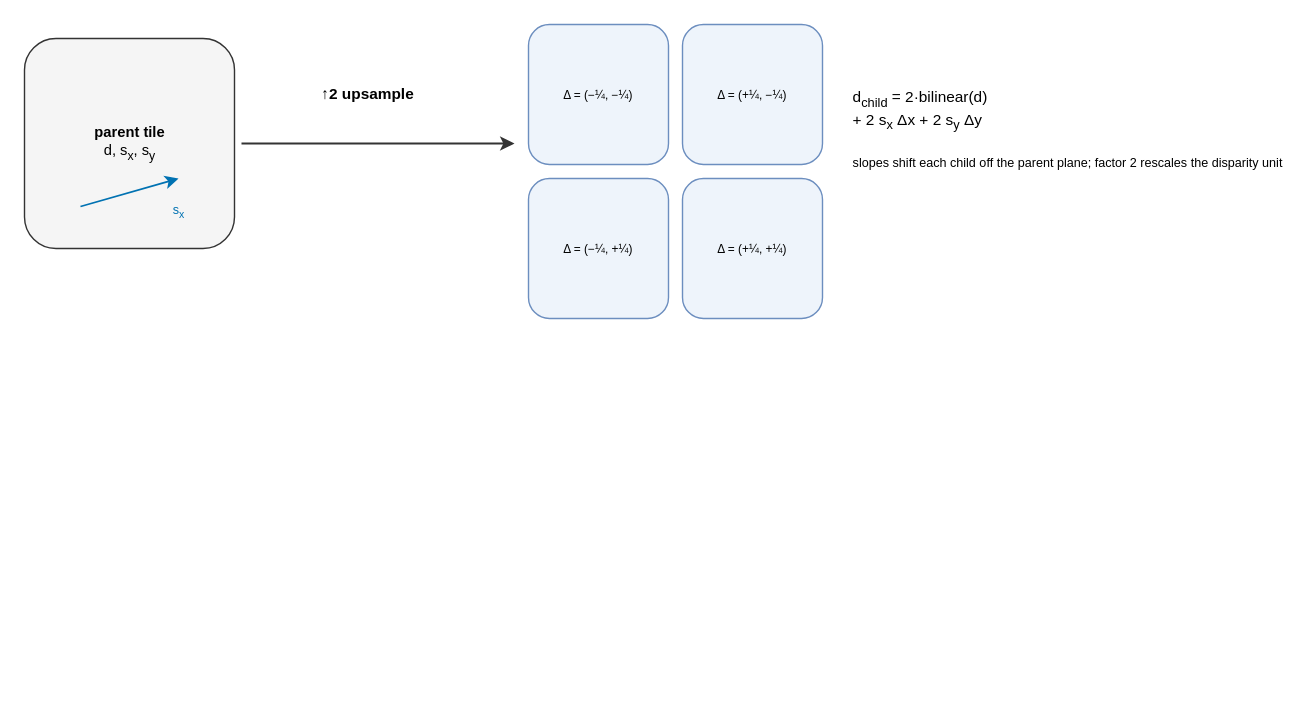
The draw.io diagram thesis/book/figures/fig_3_5_plane_prop.drawio in abrar-nazib/StereoLite, before the edit. Source tidied: cells renumbered, new cells numbered last; positions are measured from the earlier drawing's top-left corner, leaving out a move shared by most shapes. Both pictures are drawn from the tidied source at 140%, with x=0, y=0 at pixel (24, 24).
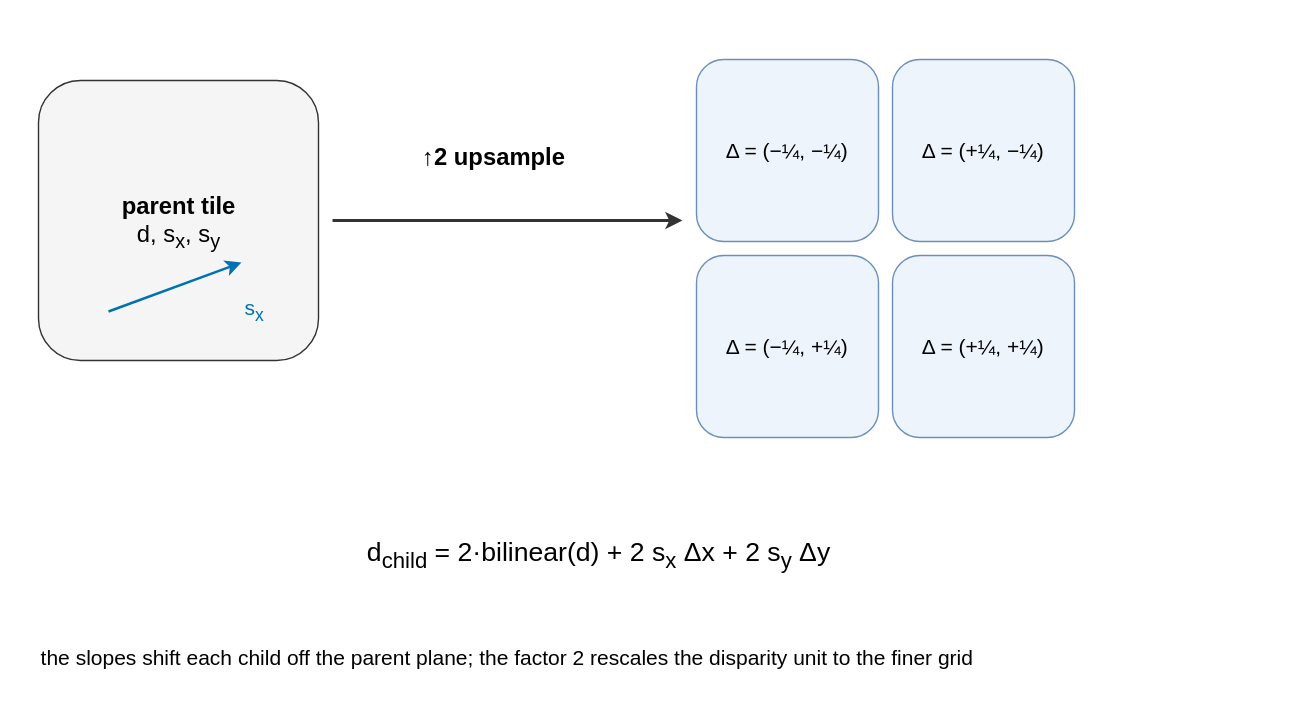
The same diagram, later.

What changed in the source:
```diff
@@
 <mxGraphModel>
   <root>
     <mxCell id="0" />
     <mxCell id="1" parent="0" />
     <mxCell id="2" style="rounded=1;whiteSpace=wrap;html=1;fillColor=#f5f5f5;strokeColor=#333333;fontSize=11;align=center;" parent="1" vertex="1">
-      <mxGeometry y="10" width="150" height="150" as="geometry" />
+      <mxGeometry x="10" y="40" width="200" height="200" as="geometry" />
     </mxCell>
-    <mxCell id="3" value="&lt;b&gt;parent tile&lt;/b&gt;&lt;br&gt;d, s&lt;sub&gt;x&lt;/sub&gt;, s&lt;sub&gt;y&lt;/sub&gt;" style="text;html=1;align=center;verticalAlign=middle;fontSize=10.5;fontColor=#000000;" parent="1" vertex="1">
-      <mxGeometry y="70" width="150" height="30" as="geometry" />
+    <mxCell id="3" value="&lt;b&gt;parent tile&lt;/b&gt;&lt;br&gt;d, s&lt;sub&gt;x&lt;/sub&gt;, s&lt;sub&gt;y&lt;/sub&gt;" style="text;html=1;align=center;verticalAlign=middle;fontSize=17;fontColor=#000000;" parent="1" vertex="1">
+      <mxGeometry x="10" y="120" width="200" height="44" as="geometry" />
     </mxCell>
-    <mxCell id="4" style="html=1;strokeColor=#0072B2;strokeWidth=1.2;endArrow=classic;" parent="1" edge="1">
+    <mxCell id="4" style="html=1;strokeColor=#0072B2;strokeWidth=1.8;endArrow=classic;" parent="1" edge="1">
       <mxGeometry relative="1" as="geometry">
-        <mxPoint x="40" y="130" as="sourcePoint" />
-        <mxPoint x="110" y="110" as="targetPoint" />
+        <mxPoint x="60" y="205" as="sourcePoint" />
+        <mxPoint x="155" y="170" as="targetPoint" />
       </mxGeometry>
     </mxCell>
-    <mxCell id="5" value="s&lt;sub&gt;x&lt;/sub&gt;" style="text;html=1;align=center;verticalAlign=middle;fontSize=9;fontColor=#0072B2;" parent="1" vertex="1">
-      <mxGeometry x="90" y="126" width="40" height="16" as="geometry" />
+    <mxCell id="5" value="s&lt;sub&gt;x&lt;/sub&gt;" style="text;html=1;align=center;verticalAlign=middle;fontSize=15;fontColor=#0072B2;" parent="1" vertex="1">
+      <mxGeometry x="140" y="192" width="48" height="24" as="geometry" />
     </mxCell>
-    <mxCell id="6" value="&lt;b&gt;↑2 upsample&lt;/b&gt;" style="text;html=1;align=center;verticalAlign=middle;fontSize=11;fontColor=#000000;" parent="1" vertex="1">
-      <mxGeometry x="185" y="38" width="120" height="24" as="geometry" />
+    <mxCell id="6" value="&lt;b&gt;&amp;#8593;2 upsample&lt;/b&gt;" style="text;html=1;align=center;verticalAlign=middle;fontSize=17;fontColor=#000000;" parent="1" vertex="1">
+      <mxGeometry x="240" y="80" width="190" height="32" as="geometry" />
     </mxCell>
-    <mxCell id="7" value="&lt;font style='font-size:8.5px'&gt;Δ = (−¼, −¼)&lt;/font&gt;" style="rounded=1;whiteSpace=wrap;html=1;fillColor=#eef4fb;strokeColor=#6c8ebf;fontSize=11;align=center;" parent="1" vertex="1">
-      <mxGeometry x="360" width="100" height="100" as="geometry" />
+    <mxCell id="7" value="&lt;font style='font-size:15px'&gt;&amp;#916; = (&amp;#8722;¼, &amp;#8722;¼)&lt;/font&gt;" style="rounded=1;whiteSpace=wrap;html=1;fillColor=#eef4fb;strokeColor=#6c8ebf;fontSize=11;align=center;" parent="1" vertex="1">
+      <mxGeometry x="480" y="25" width="130" height="130" as="geometry" />
     </mxCell>
-    <mxCell id="8" value="&lt;font style='font-size:8.5px'&gt;Δ = (+¼, −¼)&lt;/font&gt;" style="rounded=1;whiteSpace=wrap;html=1;fillColor=#eef4fb;strokeColor=#6c8ebf;fontSize=11;align=center;" parent="1" vertex="1">
-      <mxGeometry x="470" width="100" height="100" as="geometry" />
+    <mxCell id="8" value="&lt;font style='font-size:15px'&gt;&amp;#916; = (+¼, &amp;#8722;¼)&lt;/font&gt;" style="rounded=1;whiteSpace=wrap;html=1;fillColor=#eef4fb;strokeColor=#6c8ebf;fontSize=11;align=center;" parent="1" vertex="1">
+      <mxGeometry x="620" y="25" width="130" height="130" as="geometry" />
     </mxCell>
-    <mxCell id="9" value="&lt;font style='font-size:8.5px'&gt;Δ = (−¼, +¼)&lt;/font&gt;" style="rounded=1;whiteSpace=wrap;html=1;fillColor=#eef4fb;strokeColor=#6c8ebf;fontSize=11;align=center;" parent="1" vertex="1">
-      <mxGeometry x="360" y="110" width="100" height="100" as="geometry" />
+    <mxCell id="9" value="&lt;font style='font-size:15px'&gt;&amp;#916; = (&amp;#8722;¼, +¼)&lt;/font&gt;" style="rounded=1;whiteSpace=wrap;html=1;fillColor=#eef4fb;strokeColor=#6c8ebf;fontSize=11;align=center;" parent="1" vertex="1">
+      <mxGeometry x="480" y="165" width="130" height="130" as="geometry" />
     </mxCell>
-    <mxCell id="10" value="&lt;font style='font-size:8.5px'&gt;Δ = (+¼, +¼)&lt;/font&gt;" style="rounded=1;whiteSpace=wrap;html=1;fillColor=#eef4fb;strokeColor=#6c8ebf;fontSize=11;align=center;" parent="1" vertex="1">
-      <mxGeometry x="470" y="110" width="100" height="100" as="geometry" />
+    <mxCell id="10" value="&lt;font style='font-size:15px'&gt;&amp;#916; = (+¼, +¼)&lt;/font&gt;" style="rounded=1;whiteSpace=wrap;html=1;fillColor=#eef4fb;strokeColor=#6c8ebf;fontSize=11;align=center;" parent="1" vertex="1">
+      <mxGeometry x="620" y="165" width="130" height="130" as="geometry" />
     </mxCell>
-    <mxCell id="11" style="html=1;strokeColor=#333333;strokeWidth=1.4;endArrow=classic;" parent="1" edge="1">
+    <mxCell id="11" style="html=1;strokeColor=#333333;strokeWidth=2.0;endArrow=classic;" parent="1" edge="1">
       <mxGeometry relative="1" as="geometry">
-        <mxPoint x="155" y="85" as="sourcePoint" />
-        <mxPoint x="350" y="85" as="targetPoint" />
+        <mxPoint x="220" y="140" as="sourcePoint" />
+        <mxPoint x="470" y="140" as="targetPoint" />
       </mxGeometry>
     </mxCell>
-    <mxCell id="12" value="d&lt;sub&gt;child&lt;/sub&gt; = 2·bilinear(d)&lt;br&gt; + 2 s&lt;sub&gt;x&lt;/sub&gt; Δx + 2 s&lt;sub&gt;y&lt;/sub&gt; Δy&lt;br&gt;&lt;br&gt;&lt;font style='font-size:9px'&gt;slopes shift each child off the parent plane; factor 2 rescales the disparity unit&lt;/font&gt;" style="text;html=1;align=left;verticalAlign=middle;fontSize=11;fontColor=#000000;" parent="1" vertex="1">
-      <mxGeometry x="590" y="30" width="300" height="90" as="geometry" />
+    <mxCell id="12" value="&lt;font style='font-size:19px'&gt;d&lt;sub&gt;child&lt;/sub&gt; = 2&amp;#183;bilinear(d) + 2 s&lt;sub&gt;x&lt;/sub&gt; &amp;#916;x + 2 s&lt;sub&gt;y&lt;/sub&gt; &amp;#916;y&lt;/font&gt;" style="text;html=1;align=center;verticalAlign=middle;fontSize=19;fontColor=#000000;" parent="1" vertex="1">
+      <mxGeometry x="10" y="350" width="800" height="60" as="geometry" />
     </mxCell>
+    <mxCell id="13" value="&lt;font style='font-size:15px'&gt;the slopes shift each child off the parent plane; the factor 2 rescales the disparity unit to the finer grid&lt;/font&gt;" style="text;html=1;align=left;verticalAlign=middle;fontSize=15;fontColor=#000000;" parent="1" vertex="1">
+      <mxGeometry x="10" y="430" width="810" height="44" as="geometry" />
+    </mxCell>
   </root>
 </mxGraphModel>
```
